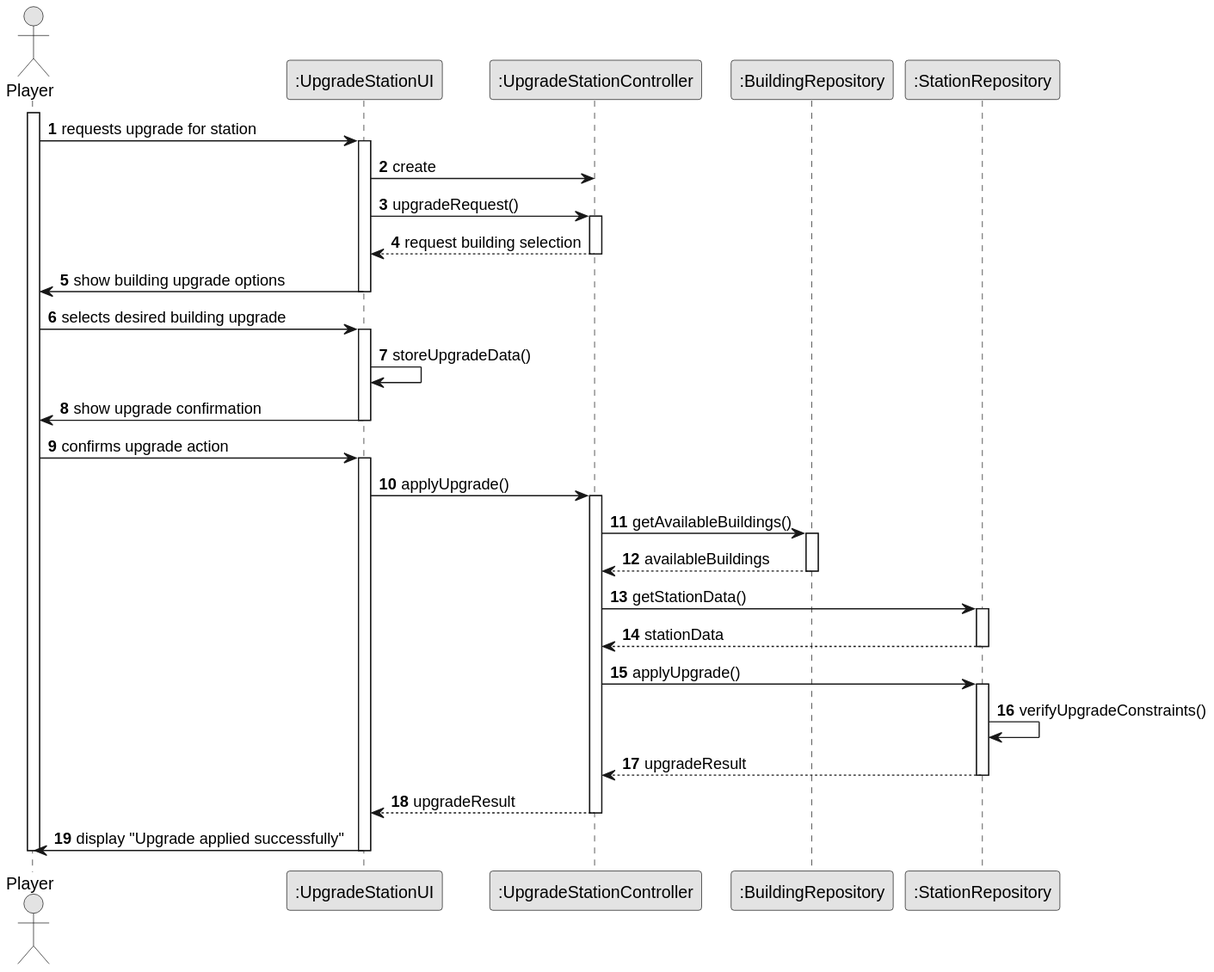
Earlier version of the PlantUML export docs/system-documentation/US006/03.design/svg/US006-SD.svg (goncalolopesp/sem2-pi-24.25-g093-repo). Its diagram source:
```plantuml
@startuml
skinparam monochrome true
skinparam packageStyle rectangle
skinparam shadowing false
autonumber

actor "Player" as Player
participant ":UpgradeStationUI" as UpgradeUI
participant ":UpgradeStationController" as UpgradeController
participant ":BuildingRepository" as BuildingRepo
participant ":StationRepository" as StationRepo

activate Player

Player -> UpgradeUI: requests upgrade for station
activate UpgradeUI

UpgradeUI -> UpgradeController: create
UpgradeUI -> UpgradeController: upgradeRequest()
activate UpgradeController

UpgradeController --> UpgradeUI: request building selection
deactivate UpgradeController
UpgradeUI -> Player: show building upgrade options
deactivate UpgradeUI

Player -> UpgradeUI: selects desired building upgrade
activate UpgradeUI
UpgradeUI -> UpgradeUI: storeUpgradeData()
UpgradeUI -> Player: show upgrade confirmation
deactivate UpgradeUI

Player -> UpgradeUI: confirms upgrade action
activate UpgradeUI
UpgradeUI -> UpgradeController: applyUpgrade()
activate UpgradeController

UpgradeController -> BuildingRepo: getAvailableBuildings()
activate BuildingRepo
BuildingRepo --> UpgradeController: availableBuildings
deactivate BuildingRepo

UpgradeController -> StationRepo: getStationData()
activate StationRepo
StationRepo --> UpgradeController: stationData
deactivate StationRepo

UpgradeController -> StationRepo: applyUpgrade()
activate StationRepo
StationRepo -> StationRepo: verifyUpgradeConstraints()
StationRepo --> UpgradeController: upgradeResult
deactivate StationRepo

UpgradeController --> UpgradeUI: upgradeResult
deactivate UpgradeController

UpgradeUI -> Player: display "Upgrade applied successfully"
deactivate UpgradeUI
deactivate Player
@enduml
```
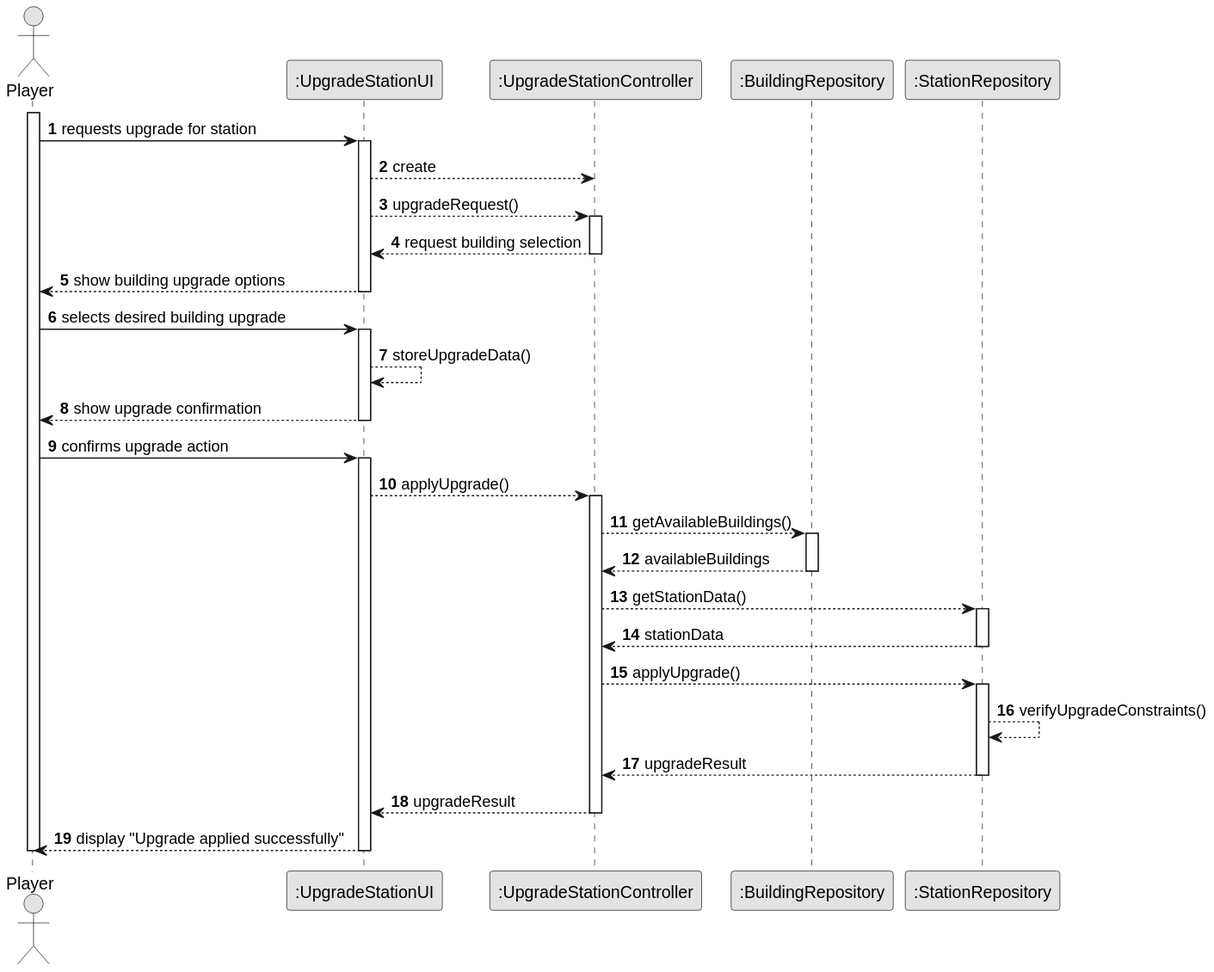
Later version of the same file.

Change to the diagram source:
```diff
@@ -15,46 +15,46 @@
 Player -> UpgradeUI: requests upgrade for station
 activate UpgradeUI
 
-UpgradeUI -> UpgradeController: create
-UpgradeUI -> UpgradeController: upgradeRequest()
+UpgradeUI --> UpgradeController: create
+UpgradeUI --> UpgradeController: upgradeRequest()
 activate UpgradeController
 
 UpgradeController --> UpgradeUI: request building selection
 deactivate UpgradeController
-UpgradeUI -> Player: show building upgrade options
+UpgradeUI --> Player: show building upgrade options
 deactivate UpgradeUI
 
 Player -> UpgradeUI: selects desired building upgrade
 activate UpgradeUI
-UpgradeUI -> UpgradeUI: storeUpgradeData()
-UpgradeUI -> Player: show upgrade confirmation
+UpgradeUI --> UpgradeUI: storeUpgradeData()
+UpgradeUI --> Player: show upgrade confirmation
 deactivate UpgradeUI
 
 Player -> UpgradeUI: confirms upgrade action
 activate UpgradeUI
-UpgradeUI -> UpgradeController: applyUpgrade()
+UpgradeUI --> UpgradeController: applyUpgrade()
 activate UpgradeController
 
-UpgradeController -> BuildingRepo: getAvailableBuildings()
+UpgradeController --> BuildingRepo: getAvailableBuildings()
 activate BuildingRepo
 BuildingRepo --> UpgradeController: availableBuildings
 deactivate BuildingRepo
 
-UpgradeController -> StationRepo: getStationData()
+UpgradeController --> StationRepo: getStationData()
 activate StationRepo
 StationRepo --> UpgradeController: stationData
 deactivate StationRepo
 
-UpgradeController -> StationRepo: applyUpgrade()
+UpgradeController --> StationRepo: applyUpgrade()
 activate StationRepo
-StationRepo -> StationRepo: verifyUpgradeConstraints()
+StationRepo --> StationRepo: verifyUpgradeConstraints()
 StationRepo --> UpgradeController: upgradeResult
 deactivate StationRepo
 
 UpgradeController --> UpgradeUI: upgradeResult
 deactivate UpgradeController
 
-UpgradeUI -> Player: display "Upgrade applied successfully"
+UpgradeUI --> Player: display "Upgrade applied successfully"
 deactivate UpgradeUI
 deactivate Player
 @enduml
```
